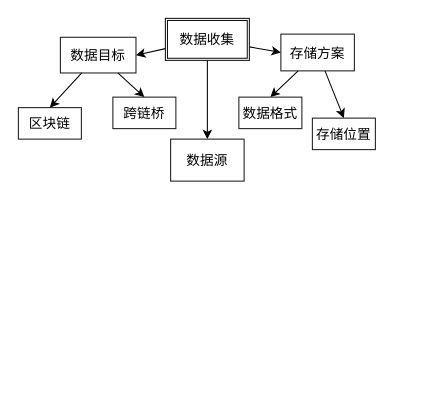
Earlier version of the draw.io diagram page "需求分析目标们" (4 of 5) of 模块架构.drawio (newTechToX/cross_chain). Source tidied: cells renumbered, new cells numbered last; positions are measured from the earlier drawing's top-left corner, leaving out a move shared by most shapes. Both pictures are drawn from the tidied source at 105%, with x=0, y=0 at pixel (18, 18).
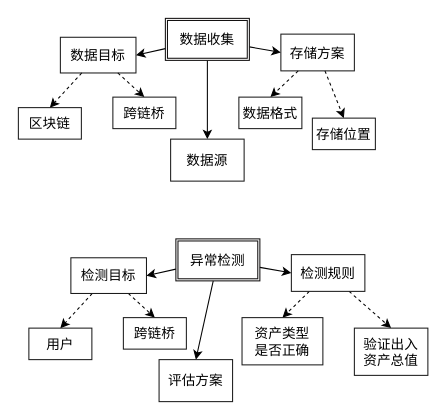
Above is the later version.

Unchanged cells that the change refers to:
```xml
<mxCell id="9" value="数据目标" style="rounded=0;whiteSpace=wrap;html=1;strokeColor=#1C1C1C;fontFamily=Times New Roman;fontSize=13;fillColor=none;gradientColor=none;gradientDirection=radial;" parent="1" vertex="1">
  <mxGeometry x="40" y="18" width="72" height="34" as="geometry" />
</mxCell>
<mxCell id="10" value="区块链" style="rounded=0;whiteSpace=wrap;html=1;strokeColor=#1C1C1C;fontFamily=Times New Roman;fontSize=13;fillColor=none;gradientColor=none;gradientDirection=radial;" parent="1" vertex="1">
  <mxGeometry y="85" width="60" height="30" as="geometry" />
</mxCell>
<mxCell id="11" value="跨链桥" style="rounded=0;whiteSpace=wrap;html=1;strokeColor=#1C1C1C;fontFamily=Times New Roman;fontSize=13;fillColor=none;gradientColor=none;gradientDirection=radial;" parent="1" vertex="1">
  <mxGeometry x="90" y="75" width="60" height="30" as="geometry" />
</mxCell>
<mxCell id="14" value="存储方案" style="rounded=0;whiteSpace=wrap;html=1;strokeColor=#1C1C1C;fontFamily=Times New Roman;fontSize=13;fillColor=none;gradientColor=none;gradientDirection=radial;" parent="1" vertex="1">
  <mxGeometry x="250" y="15" width="70" height="35" as="geometry" />
</mxCell>
<mxCell id="15" value="数据格式" style="rounded=0;whiteSpace=wrap;html=1;strokeColor=#1C1C1C;fontFamily=Times New Roman;fontSize=13;fillColor=none;gradientColor=none;gradientDirection=radial;" parent="1" vertex="1">
  <mxGeometry x="210" y="75" width="60" height="30" as="geometry" />
</mxCell>
<mxCell id="16" value="存储位置" style="rounded=0;whiteSpace=wrap;html=1;strokeColor=#1C1C1C;fontFamily=Times New Roman;fontSize=13;fillColor=none;gradientColor=none;gradientDirection=radial;" parent="1" vertex="1">
  <mxGeometry x="280" y="95" width="60" height="30" as="geometry" />
</mxCell>
```

Diff of the diagram source:
```diff
@@
-    <mxCell id="7" style="edgeStyle=none;rounded=0;jettySize=auto;html=1;entryX=0.5;entryY=0;entryDx=0;entryDy=0;fontFamily=Times New Roman;fontSize=13;" parent="1" edge="1" source="9" target="10">
+    <mxCell id="7" style="edgeStyle=none;rounded=0;jettySize=auto;html=1;entryX=0.5;entryY=0;entryDx=0;entryDy=0;fontFamily=Times New Roman;fontSize=13;dashed=1;" parent="1" edge="1" source="9" target="10">
       <mxGeometry relative="1" as="geometry" />
     </mxCell>
-    <mxCell id="8" style="edgeStyle=none;rounded=0;jettySize=auto;html=1;entryX=0.5;entryY=0;entryDx=0;entryDy=0;fontFamily=Times New Roman;fontSize=13;" parent="1" edge="1" source="9" target="11">
+    <mxCell id="8" style="edgeStyle=none;rounded=0;jettySize=auto;html=1;entryX=0.5;entryY=0;entryDx=0;entryDy=0;fontFamily=Times New Roman;fontSize=13;dashed=1;" parent="1" edge="1" source="9" target="11">
       <mxGeometry relative="1" as="geometry" />
     </mxCell>
@@
-    <mxCell id="12" style="edgeStyle=none;rounded=0;jettySize=auto;html=1;entryX=0.5;entryY=0;entryDx=0;entryDy=0;fontFamily=Times New Roman;fontSize=13;" parent="1" edge="1" source="14" target="15">
+    <mxCell id="12" style="edgeStyle=none;rounded=0;jettySize=auto;html=1;entryX=0.5;entryY=0;entryDx=0;entryDy=0;fontFamily=Times New Roman;fontSize=13;dashed=1;" parent="1" edge="1" source="14" target="15">
       <mxGeometry relative="1" as="geometry" />
     </mxCell>
-    <mxCell id="13" style="edgeStyle=none;rounded=0;jettySize=auto;html=1;entryX=0.5;entryY=0;entryDx=0;entryDy=0;fontFamily=Times New Roman;fontSize=13;" parent="1" edge="1" source="14" target="16">
+    <mxCell id="13" style="edgeStyle=none;rounded=0;jettySize=auto;html=1;entryX=0.5;entryY=0;entryDx=0;entryDy=0;fontFamily=Times New Roman;fontSize=13;dashed=1;" parent="1" edge="1" source="14" target="16">
       <mxGeometry relative="1" as="geometry" />
     </mxCell>
@@
+    <mxCell id="17" style="edgeStyle=none;rounded=0;jettySize=auto;html=1;entryX=0.5;entryY=0;entryDx=0;entryDy=0;fontFamily=Times New Roman;fontSize=13;" parent="1" edge="1" source="20" target="21">
+      <mxGeometry relative="1" as="geometry" />
+    </mxCell>
+    <mxCell id="18" style="edgeStyle=none;rounded=0;jettySize=auto;html=1;fontFamily=Times New Roman;fontSize=13;entryX=1;entryY=0.5;entryDx=0;entryDy=0;" parent="1" edge="1" source="20" target="24">
+      <mxGeometry relative="1" as="geometry" />
+    </mxCell>
+    <mxCell id="19" style="edgeStyle=none;rounded=0;jettySize=auto;html=1;entryX=0;entryY=0.5;entryDx=0;entryDy=0;fontFamily=Times New Roman;fontSize=13;" parent="1" edge="1" source="20" target="29">
+      <mxGeometry relative="1" as="geometry" />
+    </mxCell>
+    <mxCell id="20" value="异常检测" style="shape=ext;double=1;rounded=0;whiteSpace=wrap;html=1;fontFamily=Times New Roman;fontSize=13;fillColor=none;gradientColor=none;gradientDirection=radial;strokeColor=#131111;" parent="1" vertex="1">
+      <mxGeometry x="150" y="210" width="80" height="40" as="geometry" />
+    </mxCell>
+    <mxCell id="21" value="评估方案" style="rounded=0;whiteSpace=wrap;html=1;strokeColor=#1C1C1C;fontFamily=Times New Roman;fontSize=13;fillColor=none;gradientColor=none;gradientDirection=radial;" parent="1" vertex="1">
+      <mxGeometry x="134" y="325" width="70" height="40" as="geometry" />
+    </mxCell>
+    <mxCell id="22" style="edgeStyle=none;rounded=0;jettySize=auto;html=1;entryX=0.5;entryY=0;entryDx=0;entryDy=0;fontFamily=Times New Roman;fontSize=13;dashed=1;" parent="1" edge="1" source="24" target="25">
+      <mxGeometry relative="1" as="geometry" />
+    </mxCell>
+    <mxCell id="23" style="edgeStyle=none;rounded=0;jettySize=auto;html=1;entryX=0.5;entryY=0;entryDx=0;entryDy=0;fontFamily=Times New Roman;fontSize=13;dashed=1;" parent="1" edge="1" source="24" target="26">
+      <mxGeometry relative="1" as="geometry" />
+    </mxCell>
+    <mxCell id="24" value="检测目标" style="rounded=0;whiteSpace=wrap;html=1;strokeColor=#1C1C1C;fontFamily=Times New Roman;fontSize=13;fillColor=none;gradientColor=none;gradientDirection=radial;" parent="1" vertex="1">
+      <mxGeometry x="50" y="228" width="72" height="34" as="geometry" />
+    </mxCell>
+    <mxCell id="25" value="用户" style="rounded=0;whiteSpace=wrap;html=1;strokeColor=#1C1C1C;fontFamily=Times New Roman;fontSize=13;fillColor=none;gradientColor=none;gradientDirection=radial;" parent="1" vertex="1">
+      <mxGeometry x="10" y="295" width="60" height="30" as="geometry" />
+    </mxCell>
+    <mxCell id="26" value="跨链桥" style="rounded=0;whiteSpace=wrap;html=1;strokeColor=#1C1C1C;fontFamily=Times New Roman;fontSize=13;fillColor=none;gradientColor=none;gradientDirection=radial;" parent="1" vertex="1">
+      <mxGeometry x="100" y="285" width="60" height="30" as="geometry" />
+    </mxCell>
+    <mxCell id="27" style="edgeStyle=none;rounded=0;jettySize=auto;html=1;entryX=0.5;entryY=0;entryDx=0;entryDy=0;fontFamily=Times New Roman;fontSize=13;dashed=1;" parent="1" edge="1" source="29" target="30">
+      <mxGeometry relative="1" as="geometry" />
+    </mxCell>
+    <mxCell id="28" style="edgeStyle=none;rounded=0;jettySize=auto;html=1;entryX=0.5;entryY=0;entryDx=0;entryDy=0;fontFamily=Times New Roman;fontSize=13;dashed=1;" parent="1" edge="1" source="29" target="31">
+      <mxGeometry relative="1" as="geometry" />
+    </mxCell>
+    <mxCell id="29" value="检测规则" style="rounded=0;whiteSpace=wrap;html=1;strokeColor=#1C1C1C;fontFamily=Times New Roman;fontSize=13;fillColor=none;gradientColor=none;gradientDirection=radial;" parent="1" vertex="1">
+      <mxGeometry x="260" y="225" width="70" height="35" as="geometry" />
+    </mxCell>
+    <mxCell id="30" value="资产类型&lt;br&gt;是否正确" style="rounded=0;whiteSpace=wrap;html=1;strokeColor=#1C1C1C;fontFamily=Times New Roman;fontSize=13;fillColor=none;gradientColor=none;gradientDirection=radial;" parent="1" vertex="1">
+      <mxGeometry x="213" y="285" width="77" height="45" as="geometry" />
+    </mxCell>
+    <mxCell id="31" value="验证出入&lt;br&gt;资产总值" style="rounded=0;whiteSpace=wrap;html=1;strokeColor=#1C1C1C;fontFamily=Times New Roman;fontSize=13;fillColor=none;gradientColor=none;gradientDirection=radial;" parent="1" vertex="1">
+      <mxGeometry x="320" y="295" width="70" height="45" as="geometry" />
+    </mxCell>
```
